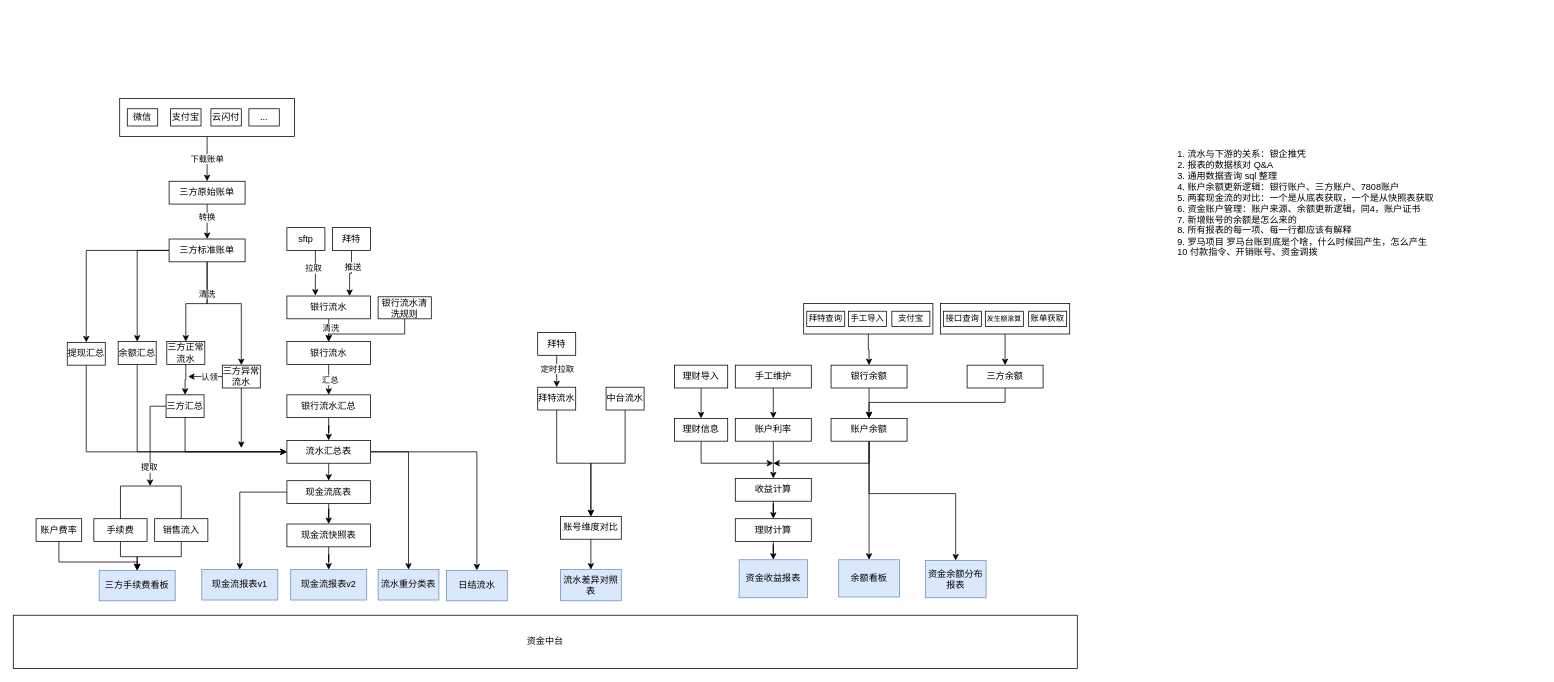
The draw.io diagram page "银行总体概况" (2 of 7) of 流程图/work_bankFlow.drawio in 491705331/personal-notes, before the edit. Source tidied: cells renumbered, new cells numbered last; positions are measured from the earlier drawing's top-left corner, leaving out a move shared by most shapes. Both pictures are drawn from the tidied source at 76%, with x=0, y=0 at pixel (13, 98).
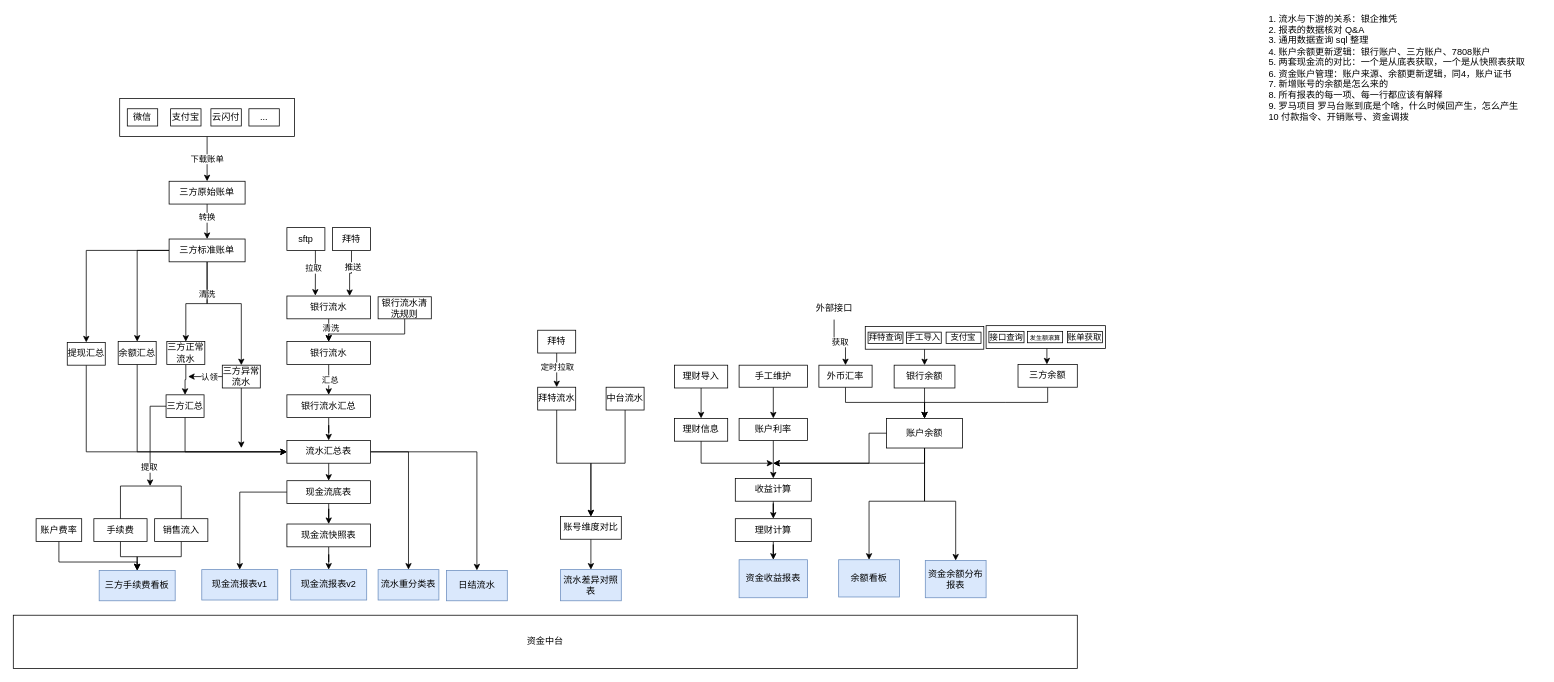
Above is the later version.

Unchanged cells that the change refers to:
```xml
<mxCell id="5" value="余额看板" style="rounded=0;whiteSpace=wrap;html=1;fillColor=#dae8fc;strokeColor=#6c8ebf;" parent="1" vertex="1">
  <mxGeometry x="1086" y="607" width="80" height="49" as="geometry" />
</mxCell>
<mxCell id="50" value="流水汇总表" style="rounded=0;whiteSpace=wrap;html=1;" parent="1" vertex="1">
  <mxGeometry x="360" y="450" width="110" height="30" as="geometry" />
</mxCell>
<mxCell id="53" value="现金流底表" style="rounded=0;whiteSpace=wrap;html=1;" parent="1" vertex="1">
  <mxGeometry x="360" y="503" width="110" height="30" as="geometry" />
</mxCell>
<mxCell id="70" value="资金余额分布报表" style="rounded=0;whiteSpace=wrap;html=1;fillColor=#dae8fc;strokeColor=#6c8ebf;" parent="1" vertex="1">
  <mxGeometry x="1200" y="608" width="80" height="49" as="geometry" />
</mxCell>
```

Change to the diagram source:
```diff
@@
     <mxCell id="6" style="edgeStyle=orthogonalEdgeStyle;rounded=0;jettySize=auto;html=1;entryX=0.5;entryY=0;entryDx=0;entryDy=0;" parent="1" edge="1" source="9" target="5">
-      <mxGeometry relative="1" as="geometry" />
+      <mxGeometry relative="1" as="geometry">
+        <Array as="points">
+          <mxPoint x="1199" y="530" />
+          <mxPoint x="1126" y="530" />
+        </Array>
+      </mxGeometry>
     </mxCell>
-    <mxCell id="7" style="edgeStyle=orthogonalEdgeStyle;rounded=0;jettySize=auto;html=1;entryX=0.5;entryY=0;entryDx=0;entryDy=0;exitX=0.5;exitY=1;exitDx=0;exitDy=0;" parent="1" edge="1" source="9" target="70">
+    <mxCell id="7" style="edgeStyle=orthogonalEdgeStyle;rounded=0;jettySize=auto;html=1;entryX=0.5;entryY=0;entryDx=0;entryDy=0;" parent="1" edge="1" source="9" target="70">
       <mxGeometry relative="1" as="geometry">
         <Array as="points">
-          <mxPoint x="1126" y="520" />
-          <mxPoint x="1240" y="520" />
+          <mxPoint x="1199" y="530" />
+          <mxPoint x="1240" y="530" />
         </Array>
       </mxGeometry>
     </mxCell>
-    <mxCell id="8" style="edgeStyle=orthogonalEdgeStyle;rounded=0;jettySize=auto;html=1;" parent="1" edge="1" source="9">
-      <mxGeometry relative="1" as="geometry">
-        <mxPoint x="1000" y="480" as="targetPoint" />
-        <Array as="points">
-          <mxPoint x="1126" y="480" />
-        </Array>
-      </mxGeometry>
-    </mxCell>
+    <mxCell id="116" style="edgeStyle=orthogonalEdgeStyle;rounded=0;jettySize=auto;html=1;" parent="1" edge="1" source="9">
+      <mxGeometry relative="1" as="geometry">
+        <mxPoint x="1000" y="480" as="targetPoint" />
+        <Array as="points">
+          <mxPoint x="1199" y="480" />
+          <mxPoint x="1000" y="480" />
+        </Array>
+      </mxGeometry>
+    </mxCell>
     <mxCell id="9" value="账户余额" style="rounded=0;whiteSpace=wrap;html=1;" parent="1" vertex="1">
-      <mxGeometry x="1076" y="421" width="100" height="30" as="geometry" />
+      <mxGeometry x="1149" y="421" width="100" height="39" as="geometry" />
     </mxCell>
+    <mxCell id="44" value="三方异常流水" style="rounded=0;whiteSpace=wrap;html=1;" parent="1" vertex="1">
+      <mxGeometry x="275" y="351" width="50" height="30" as="geometry" />
+    </mxCell>
+    <mxCell id="46" value="三方汇总" style="rounded=0;whiteSpace=wrap;html=1;" parent="1" vertex="1">
+      <mxGeometry x="201" y="390" width="50" height="30" as="geometry" />
+    </mxCell>
+    <mxCell id="47" style="edgeStyle=orthogonalEdgeStyle;rounded=0;jettySize=auto;html=1;exitX=0.5;exitY=1;exitDx=0;exitDy=0;entryX=0.5;entryY=0;entryDx=0;entryDy=0;" parent="1" edge="1" source="50" target="53">
+      <mxGeometry relative="1" as="geometry" />
+    </mxCell>
+    <mxCell id="81" value="理财信息" style="rounded=0;whiteSpace=wrap;html=1;" parent="1" vertex="1">
+      <mxGeometry x="870" y="421" width="70" height="30" as="geometry" />
+    </mxCell>
@@
     <mxCell id="11" value="账户利率" style="rounded=0;whiteSpace=wrap;html=1;" parent="1" vertex="1">
-      <mxGeometry x="950" y="421" width="100" height="30" as="geometry" />
+      <mxGeometry x="955" y="421" width="90" height="29" as="geometry" />
     </mxCell>
@@
     <mxCell id="22" value="银行余额" style="rounded=0;whiteSpace=wrap;html=1;" parent="1" vertex="1">
-      <mxGeometry x="1076" y="351" width="100" height="30" as="geometry" />
+      <mxGeometry x="1159" y="351" width="80" height="30" as="geometry" />
     </mxCell>
@@
     <mxCell id="24" value="手工维护" style="rounded=0;whiteSpace=wrap;html=1;" parent="1" vertex="1">
-      <mxGeometry x="950" y="351" width="100" height="30" as="geometry" />
+      <mxGeometry x="955" y="351" width="90" height="29" as="geometry" />
     </mxCell>
@@
-    <mxCell id="44" value="三方异常流水" style="rounded=0;whiteSpace=wrap;html=1;" parent="1" vertex="1">
-      <mxGeometry x="275" y="351" width="50" height="30" as="geometry" />
-    </mxCell>
@@
-    <mxCell id="46" value="三方汇总" style="rounded=0;whiteSpace=wrap;html=1;" parent="1" vertex="1">
-      <mxGeometry x="201" y="390" width="50" height="30" as="geometry" />
-    </mxCell>
-    <mxCell id="47" style="edgeStyle=orthogonalEdgeStyle;rounded=0;jettySize=auto;html=1;exitX=0.5;exitY=1;exitDx=0;exitDy=0;entryX=0.5;entryY=0;entryDx=0;entryDy=0;" parent="1" edge="1" source="50" target="53">
-      <mxGeometry relative="1" as="geometry" />
-    </mxCell>
@@
     <mxCell id="57" value="拜特" style="rounded=0;whiteSpace=wrap;html=1;" parent="1" vertex="1">
-      <mxGeometry x="690" y="308" width="50" height="30" as="geometry" />
+      <mxGeometry x="690" y="305" width="50" height="30" as="geometry" />
     </mxCell>
@@
     <mxCell id="66" value="1. 流水与下游的关系：银企推凭&lt;div&gt;2. 报表的数据核对 Q&amp;amp;A&lt;/div&gt;&lt;div&gt;3. 通用数据查询 sql 整理&lt;/div&gt;&lt;div&gt;4. 账户余额更新逻辑：银行账户、三方账户、7808账户&lt;/div&gt;&lt;div&gt;5. 两套现金流的对比：一个是从底表获取，一个是从快照表获取&lt;/div&gt;&lt;div&gt;6. 资金账户管理：账户来源、余额更新逻辑，同4，账户证书&lt;/div&gt;&lt;div&gt;7. 新增账号的余额是怎么来的&lt;/div&gt;&lt;div&gt;8. 所有报表的每一项、每一行都应该有解释&lt;/div&gt;&lt;div&gt;9. 罗马项目 罗马台账到底是个啥，什么时候回产生，怎么产生&lt;/div&gt;&lt;div&gt;10 付款指令、开销账号、资金调拨&lt;/div&gt;" style="text;html=1;align=left;verticalAlign=middle;strokeColor=none;fillColor=none;" parent="1" vertex="1">
-      <mxGeometry x="1530" y="68" width="360" height="140" as="geometry" />
+      <mxGeometry x="1650" y="-110" width="360" height="140" as="geometry" />
     </mxCell>
@@
-    <mxCell id="81" value="理财信息" style="rounded=0;whiteSpace=wrap;html=1;" parent="1" vertex="1">
-      <mxGeometry x="870" y="421" width="70" height="30" as="geometry" />
-    </mxCell>
@@
     <mxCell id="100" value="三方余额" style="rounded=0;whiteSpace=wrap;html=1;" parent="1" vertex="1">
-      <mxGeometry x="1255" y="351" width="100" height="30" as="geometry" />
+      <mxGeometry x="1322" y="350" width="78" height="30" as="geometry" />
     </mxCell>
     <mxCell id="101" style="group;" parent="1" vertex="1">
-      <mxGeometry x="1040" y="270" width="170" height="40" as="geometry" />
+      <mxGeometry x="1121" y="300" width="156" height="30" as="geometry" />
     </mxCell>
     <mxCell id="102" style="rounded=0;whiteSpace=wrap;html=1;" parent="101" vertex="1">
-      <mxGeometry width="170" height="40" as="geometry" />
+      <mxGeometry width="156" height="30" as="geometry" />
     </mxCell>
     <mxCell id="103" value="&lt;font style=&quot;font-size: 11px;&quot;&gt;手工导入&lt;/font&gt;" style="rounded=0;whiteSpace=wrap;html=1;" parent="101" vertex="1">
-      <mxGeometry x="59" y="10" width="50" height="20" as="geometry" />
+      <mxGeometry x="54.1" y="7.5" width="45.9" height="15" as="geometry" />
     </mxCell>
     <mxCell id="104" value="&lt;font style=&quot;font-size: 11px;&quot;&gt;拜特查询&lt;/font&gt;" style="rounded=0;whiteSpace=wrap;html=1;" parent="101" vertex="1">
-      <mxGeometry x="4" y="10" width="50" height="20" as="geometry" />
+      <mxGeometry x="3.7" y="7.5" width="45.9" height="15" as="geometry" />
     </mxCell>
     <mxCell id="105" value="&lt;font style=&quot;font-size: 11px;&quot;&gt;支付宝&lt;/font&gt;" style="rounded=0;whiteSpace=wrap;html=1;" parent="101" vertex="1">
-      <mxGeometry x="116" y="10" width="50" height="20" as="geometry" />
+      <mxGeometry x="106.4" y="7.5" width="45.9" height="15" as="geometry" />
     </mxCell>
     <mxCell id="106" style="group;" parent="1" vertex="1">
-      <mxGeometry x="1220" y="270" width="170" height="40" as="geometry" />
+      <mxGeometry x="1280" y="299" width="157" height="30" as="geometry" />
     </mxCell>
     <mxCell id="107" style="rounded=0;whiteSpace=wrap;html=1;" parent="106" vertex="1">
-      <mxGeometry width="170" height="40" as="geometry" />
+      <mxGeometry width="157" height="30" as="geometry" />
     </mxCell>
-    <mxCell id="108" value="&lt;font style=&quot;font-size: 9px;&quot;&gt;发生额滚算&lt;/font&gt;" style="rounded=0;whiteSpace=wrap;html=1;" parent="106" vertex="1">
-      <mxGeometry x="59" y="10" width="50" height="20" as="geometry" />
+    <mxCell id="108" value="&lt;font style=&quot;font-size: 8px;&quot;&gt;发生额滚算&lt;/font&gt;" style="rounded=0;whiteSpace=wrap;html=1;" parent="106" vertex="1">
+      <mxGeometry x="54.5" y="7.5" width="46.2" height="15" as="geometry" />
     </mxCell>
     <mxCell id="109" value="&lt;font style=&quot;font-size: 11px;&quot;&gt;接口查询&lt;/font&gt;" style="rounded=0;whiteSpace=wrap;html=1;" parent="106" vertex="1">
-      <mxGeometry x="4" y="10" width="50" height="20" as="geometry" />
+      <mxGeometry x="3.7" y="7.5" width="46.2" height="15" as="geometry" />
     </mxCell>
     <mxCell id="110" value="&lt;span style=&quot;font-size: 11px;&quot;&gt;账单获取&lt;/span&gt;" style="rounded=0;whiteSpace=wrap;html=1;" parent="106" vertex="1">
-      <mxGeometry x="116" y="10" width="50" height="20" as="geometry" />
+      <mxGeometry x="107.1" y="7.5" width="46.2" height="15" as="geometry" />
     </mxCell>
-    <mxCell id="111" style="edgeStyle=orthogonalEdgeStyle;rounded=0;jettySize=auto;html=1;entryX=0.5;entryY=0;entryDx=0;entryDy=0;" parent="1" edge="1" source="102" target="22">
-      <mxGeometry relative="1" as="geometry" />
-    </mxCell>
-    <mxCell id="112" style="edgeStyle=orthogonalEdgeStyle;rounded=0;jettySize=auto;html=1;entryX=0.5;entryY=0;entryDx=0;entryDy=0;" parent="1" edge="1" source="107" target="100">
-      <mxGeometry relative="1" as="geometry" />
-    </mxCell>
@@
+    <mxCell id="117" style="edgeStyle=orthogonalEdgeStyle;rounded=0;jettySize=auto;html=1;entryX=0.5;entryY=0;entryDx=0;entryDy=0;exitX=0.5;exitY=1;exitDx=0;exitDy=0;" parent="1" edge="1" source="118" target="9">
+      <mxGeometry relative="1" as="geometry">
+        <Array as="points">
+          <mxPoint x="1095" y="400" />
+          <mxPoint x="1199" y="400" />
+        </Array>
+      </mxGeometry>
+    </mxCell>
+    <mxCell id="118" value="外币汇率" style="rounded=0;whiteSpace=wrap;html=1;" parent="1" vertex="1">
+      <mxGeometry x="1060" y="351" width="70" height="29" as="geometry" />
+    </mxCell>
+    <mxCell id="112" style="edgeStyle=orthogonalEdgeStyle;rounded=0;jettySize=auto;html=1;" parent="1" edge="1" source="107" target="100">
+      <mxGeometry relative="1" as="geometry">
+        <Array as="points">
+          <mxPoint x="1360" y="340" />
+          <mxPoint x="1360" y="340" />
+        </Array>
+      </mxGeometry>
+    </mxCell>
+    <mxCell id="119" value="获取" style="edgeStyle=orthogonalEdgeStyle;rounded=0;jettySize=auto;html=1;" parent="1" edge="1" source="120" target="118">
+      <mxGeometry relative="1" as="geometry" />
+    </mxCell>
+    <mxCell id="120" value="外部接口" style="text;html=1;align=center;verticalAlign=middle;points=[];strokeColor=none;fillColor=none;" parent="1" vertex="1">
+      <mxGeometry x="1045" y="261" width="70" height="30" as="geometry" />
+    </mxCell>
+    <mxCell id="111" style="edgeStyle=orthogonalEdgeStyle;rounded=0;jettySize=auto;html=1;exitX=0.5;exitY=1;exitDx=0;exitDy=0;entryX=0.5;entryY=0;entryDx=0;entryDy=0;" parent="1" edge="1" source="102" target="22">
+      <mxGeometry relative="1" as="geometry" />
+    </mxCell>
+    <mxCell id="8" style="edgeStyle=orthogonalEdgeStyle;rounded=0;jettySize=auto;html=1;" parent="1" edge="1" source="9">
+      <mxGeometry relative="1" as="geometry">
+        <mxPoint x="1000" y="480" as="targetPoint" />
+        <Array as="points">
+          <mxPoint x="1126" y="480" />
+        </Array>
+      </mxGeometry>
+    </mxCell>
```
